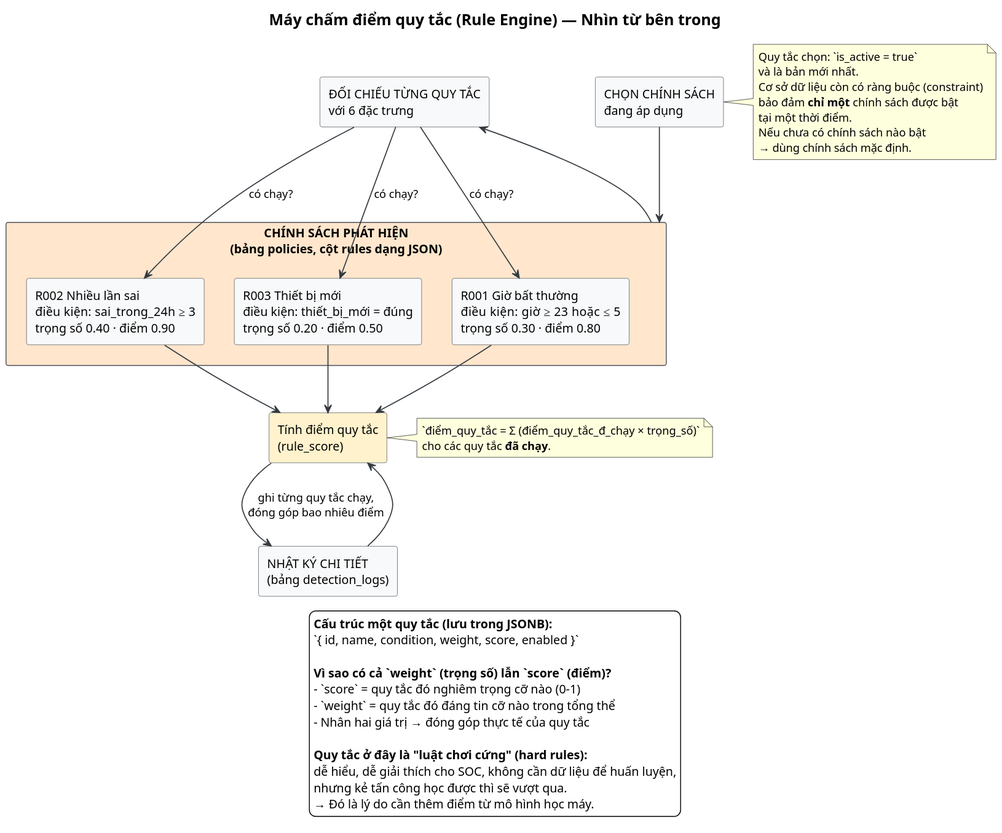
Earlier version of the PlantUML export docs/diagrams/v3.3-detect/04-may-cham-diem-quy-tac.svg (Albert-Tuan/sentinel-auth). The source it was exported from:
```plantuml
@startuml
skinparam backgroundColor #FFFFFF
skinparam shadowing false
skinparam defaultFontName Sans
skinparam rectangle {
  BackgroundColor #F8F9FA
  BorderColor #495057
}
skinparam ArrowColor #343A40
skinparam ArrowThickness 1.2
skinparam titleFontSize 18

title Máy chấm điểm quy tắc (Rule Engine) — Nhìn từ bên trong

top to bottom direction

rectangle "CHÍNH SÁCH PHÁT HIỆN\n(bảng policies, cột rules dạng JSON)" as POL #FFE6CC {
  rectangle "R001 Giờ bất thường\nđiều kiện: giờ ≥ 23 hoặc ≤ 5\ntrọng số 0.30 · điểm 0.80" as R1
  rectangle "R002 Nhiều lần sai\nđiều kiện: sai_trong_24h ≥ 3\ntrọng số 0.40 · điểm 0.90" as R2
  rectangle "R003 Thiết bị mới\nđiều kiện: thiết_bị_mới = đúng\ntrọng số 0.20 · điểm 0.50" as R3
}

rectangle "CHỌN CHÍNH SÁCH\nđang áp dụng" as PICK
note right of PICK
  Quy tắc chọn: `is_active = true`
  và là bản mới nhất.
  Cơ sở dữ liệu còn có ràng buộc (constraint)
  bảo đảm **chỉ một** chính sách được bật
  tại một thời điểm.
  Nếu chưa có chính sách nào bật
  → dùng chính sách mặc định.
end note

rectangle "ĐỐI CHIẾU TỪNG QUY TẮC\nvới 6 đặc trưng" as EVAL

rectangle "Tính điểm quy tắc\n(rule_score)" as CALC #FFF2CC
note right of CALC
  `điểm_quy_tắc = Σ (điểm_quy_tắc_đ_chạy × trọng_số)`
  cho các quy tắc **đã chạy**.
end note

rectangle "NHẬT KÝ CHI TIẾT\n(bảng detection_logs)" as LOG

PICK --> POL
POL --> EVAL
EVAL --> R1 : có chạy?
EVAL --> R2 : có chạy?
EVAL --> R3 : có chạy?
R1 --> CALC
R2 --> CALC
R3 --> CALC
CALC --> LOG : ghi từng quy tắc chạy,\nđóng góp bao nhiêu điểm
LOG --> CALC

legend bottom
**Cấu trúc một quy tắc (lưu trong JSONB):**
`{ id, name, condition, weight, score, enabled }`

**Vì sao có cả `weight` (trọng số) lẫn `score` (điểm)?**
- `score` = quy tắc đó nghiêm trọng cỡ nào (0-1)
- `weight` = quy tắc đó đáng tin cỡ nào trong tổng thể
- Nhân hai giá trị → đóng góp thực tế của quy tắc

**Quy tắc ở đây là "luật chơi cứng" (hard rules):**
dễ hiểu, dễ giải thích cho SOC, không cần dữ liệu để huấn luyện,
nhưng kẻ tấn công học được thì sẽ vượt qua.
→ Đó là lý do cần thêm điểm từ mô hình học máy.
endlegend
@enduml
```
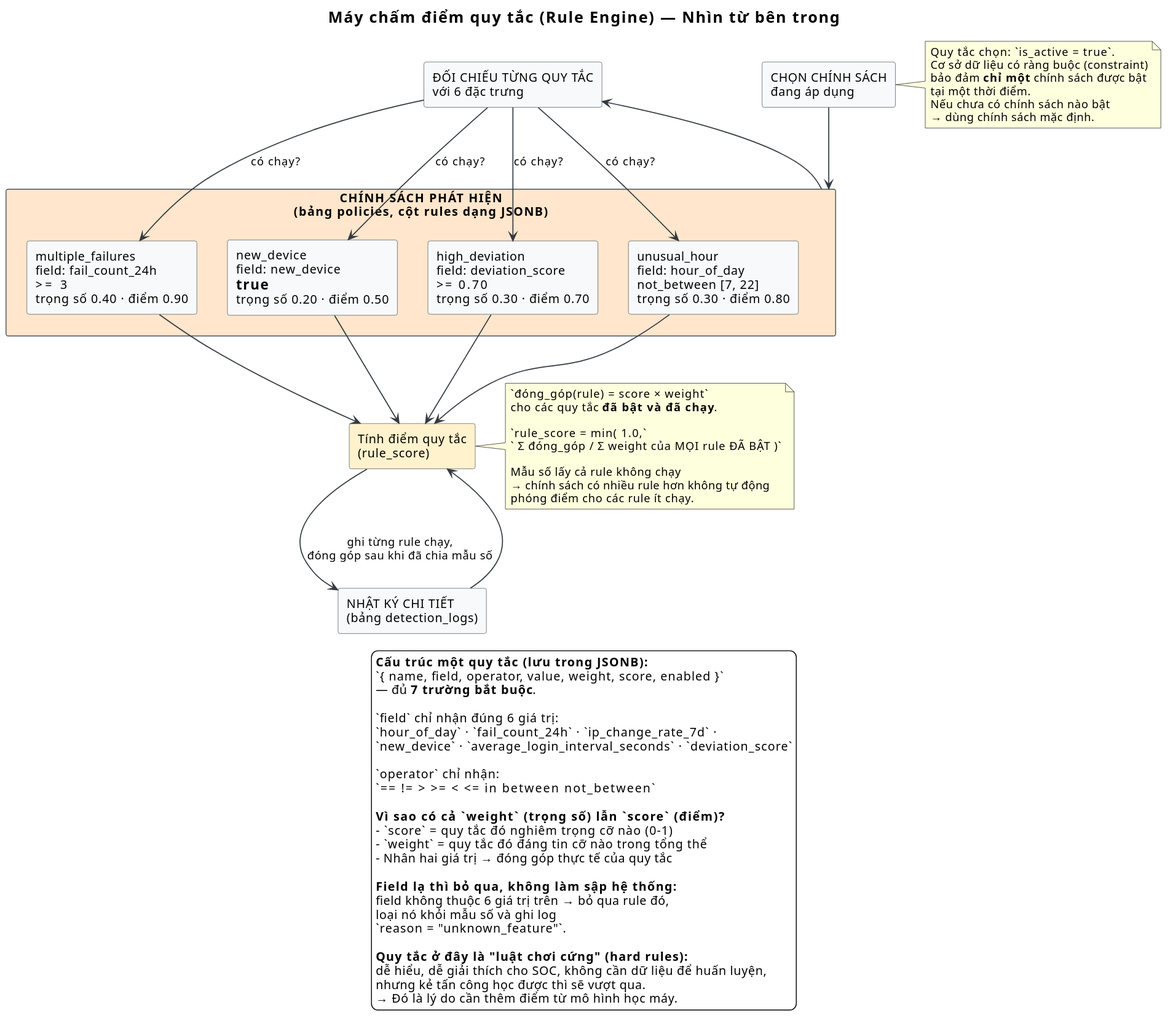
After the commit.

What changed in the source:
```diff
@@ -14,17 +14,17 @@
 
 top to bottom direction
 
-rectangle "CHÍNH SÁCH PHÁT HIỆN\n(bảng policies, cột rules dạng JSON)" as POL #FFE6CC {
-  rectangle "R001 Giờ bất thường\nđiều kiện: giờ ≥ 23 hoặc ≤ 5\ntrọng số 0.30 · điểm 0.80" as R1
-  rectangle "R002 Nhiều lần sai\nđiều kiện: sai_trong_24h ≥ 3\ntrọng số 0.40 · điểm 0.90" as R2
-  rectangle "R003 Thiết bị mới\nđiều kiện: thiết_bị_mới = đúng\ntrọng số 0.20 · điểm 0.50" as R3
+rectangle "CHÍNH SÁCH PHÁT HIỆN\n(bảng policies, cột rules dạng JSONB)" as POL #FFE6CC {
+  rectangle "unusual_hour\nfield: hour_of_day\nnot_between [7, 22]\ntrọng số 0.30 · điểm 0.80" as R1
+  rectangle "multiple_failures\nfield: fail_count_24h\n>= 3\ntrọng số 0.40 · điểm 0.90" as R2
+  rectangle "new_device\nfield: new_device\n== true\ntrọng số 0.20 · điểm 0.50" as R3
+  rectangle "high_deviation\nfield: deviation_score\n>= 0.70\ntrọng số 0.30 · điểm 0.70" as R4
 }
 
 rectangle "CHỌN CHÍNH SÁCH\nđang áp dụng" as PICK
 note right of PICK
-  Quy tắc chọn: `is_active = true`
-  và là bản mới nhất.
-  Cơ sở dữ liệu còn có ràng buộc (constraint)
+  Quy tắc chọn: `is_active = true`.
+  Cơ sở dữ liệu có ràng buộc (constraint)
   bảo đảm **chỉ một** chính sách được bật
   tại một thời điểm.
   Nếu chưa có chính sách nào bật
@@ -35,8 +35,15 @@
 
 rectangle "Tính điểm quy tắc\n(rule_score)" as CALC #FFF2CC
 note right of CALC
-  `điểm_quy_tắc = Σ (điểm_quy_tắc_đ_chạy × trọng_số)`
-  cho các quy tắc **đã chạy**.
+  `đóng_góp(rule) = score × weight`
+  cho các quy tắc **đã bật và đã chạy**.
+
+  `rule_score = min( 1.0,`
+  `  Σ đóng_góp / Σ weight của MỌI rule ĐÃ BẬT )`
+
+  Mẫu số lấy cả rule không chạy
+  → chính sách có nhiều rule hơn không tự động
+  phóng điểm cho các rule ít chạy.
 end note
 
 rectangle "NHẬT KÝ CHI TIẾT\n(bảng detection_logs)" as LOG
@@ -46,20 +53,35 @@
 EVAL --> R1 : có chạy?
 EVAL --> R2 : có chạy?
 EVAL --> R3 : có chạy?
+EVAL --> R4 : có chạy?
 R1 --> CALC
 R2 --> CALC
 R3 --> CALC
-CALC --> LOG : ghi từng quy tắc chạy,\nđóng góp bao nhiêu điểm
+R4 --> CALC
+CALC --> LOG : ghi từng rule chạy,\nđóng góp sau khi đã chia mẫu số
 LOG --> CALC
 
 legend bottom
 **Cấu trúc một quy tắc (lưu trong JSONB):**
-`{ id, name, condition, weight, score, enabled }`
+`{ name, field, operator, value, weight, score, enabled }`
+— đủ **7 trường bắt buộc**.
+
+`field` chỉ nhận đúng 6 giá trị:
+`hour_of_day` · `fail_count_24h` · `ip_change_rate_7d` ·
+`new_device` · `average_login_interval_seconds` · `deviation_score`
+
+`operator` chỉ nhận:
+`== != > >= < <= in between not_between`
 
 **Vì sao có cả `weight` (trọng số) lẫn `score` (điểm)?**
 - `score` = quy tắc đó nghiêm trọng cỡ nào (0-1)
 - `weight` = quy tắc đó đáng tin cỡ nào trong tổng thể
 - Nhân hai giá trị → đóng góp thực tế của quy tắc
+
+**Field lạ thì bỏ qua, không làm sập hệ thống:**
+field không thuộc 6 giá trị trên → bỏ qua rule đó,
+loại nó khỏi mẫu số và ghi log
+`reason = "unknown_feature"`.
 
 **Quy tắc ở đây là "luật chơi cứng" (hard rules):**
 dễ hiểu, dễ giải thích cho SOC, không cần dữ liệu để huấn luyện,
```
